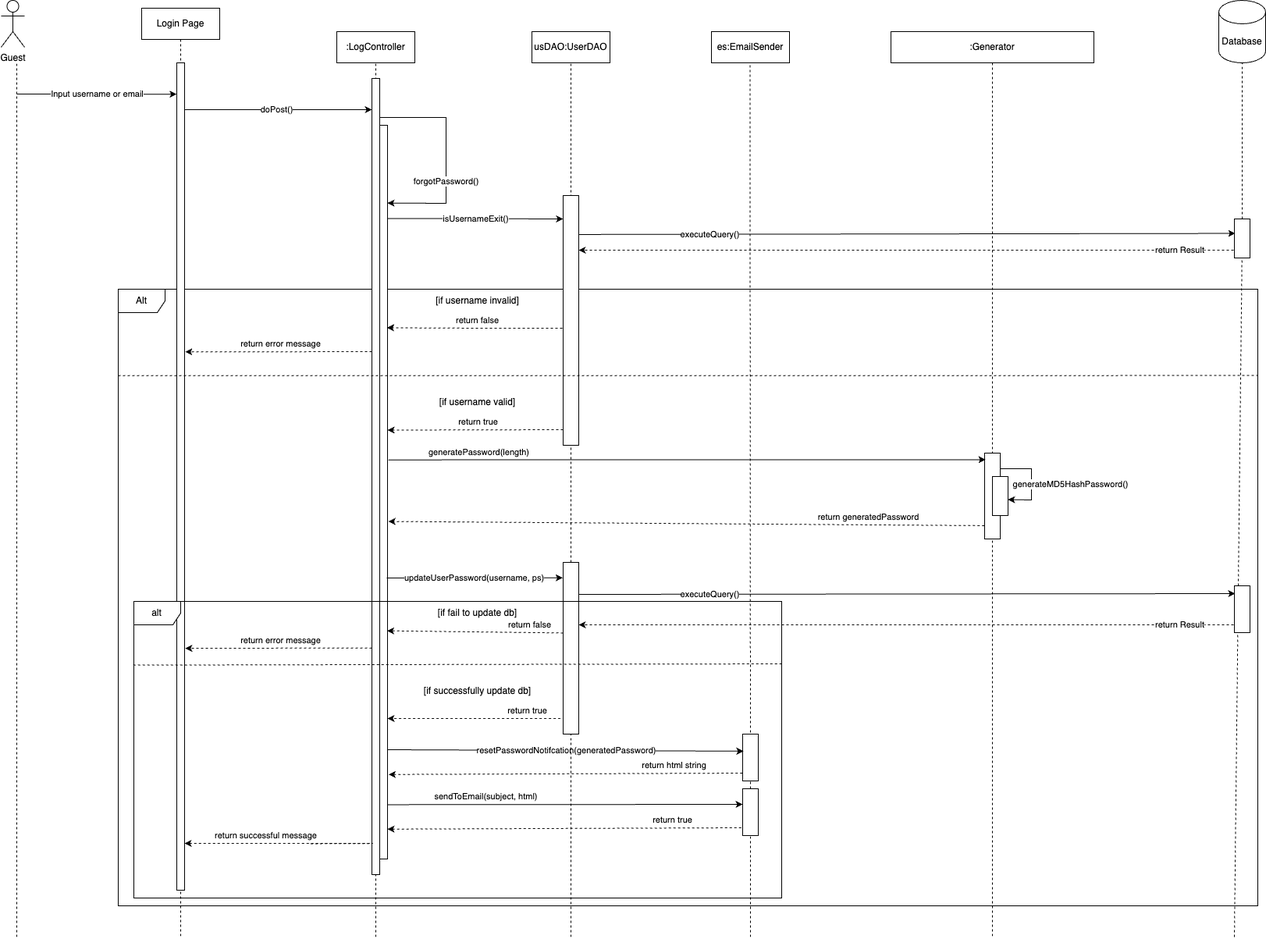
The draw.io diagram document/SDS/9. Forgot password/Sequence_Diagram/ForgotPasswordSequenceDiagram.drawio.png in QuocZuong/perfume-store, before a commit. Source tidied: cells renumbered, new cells last; positions are measured from the earlier drawing's top-left corner, leaving out a move shared by most shapes.
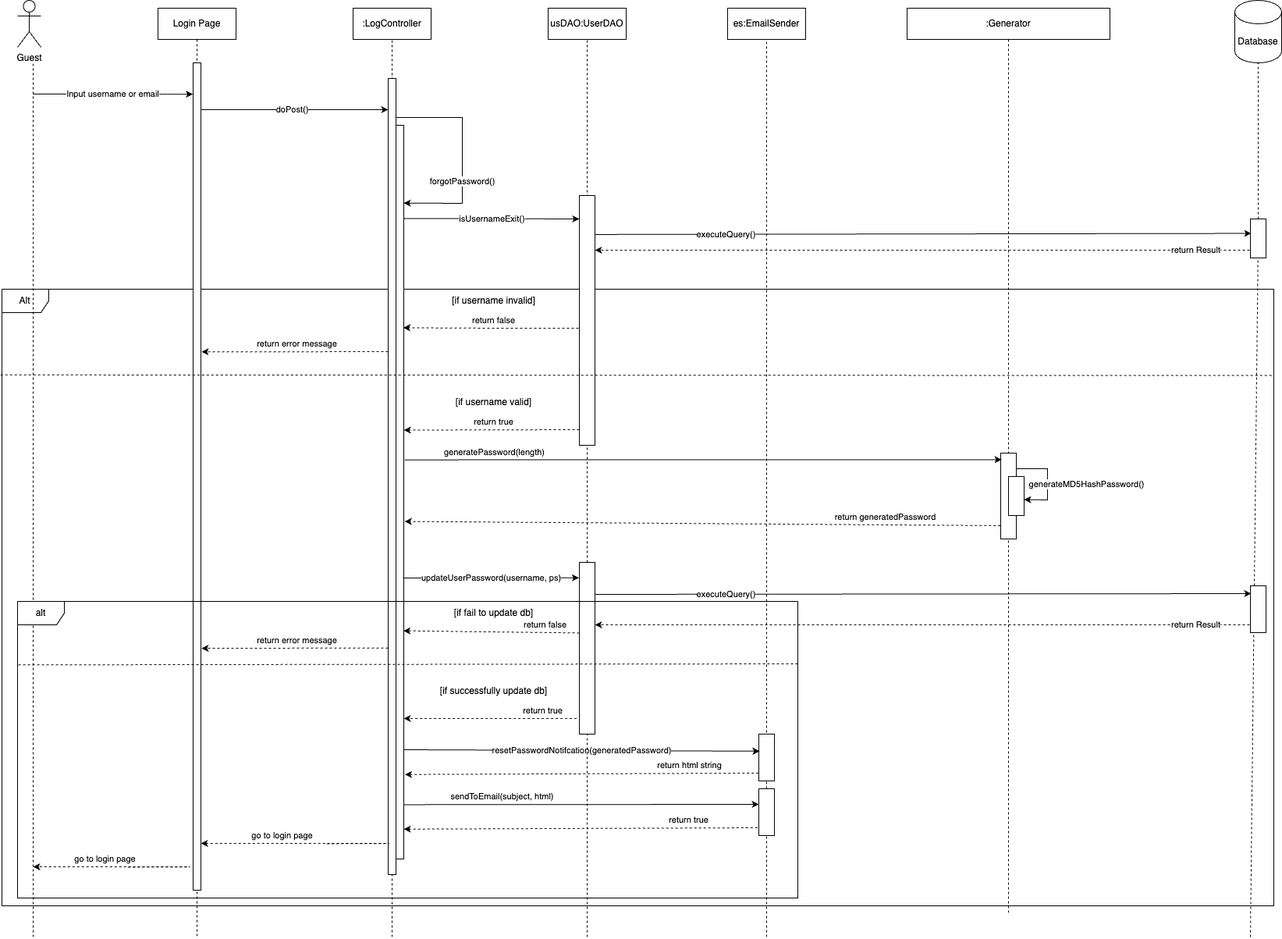
The same diagram one commit later.

Change to the diagram source:
```diff
@@ -3,19 +3,18 @@
     <mxCell id="0" />
     <mxCell id="1" parent="0" />
     <mxCell id="2" value="Alt" style="shape=umlFrame;whiteSpace=wrap;html=1;" parent="1" vertex="1">
-      <mxGeometry x="150" y="370" width="1460" height="790" as="geometry" />
+      <mxGeometry x="-20" y="370" width="1630" height="790" as="geometry" />
     </mxCell>
     <mxCell id="3" value="Login Page" style="shape=umlLifeline;perimeter=lifelinePerimeter;whiteSpace=wrap;html=1;newEdgeStyle={&quot;curved&quot;:0,&quot;rounded&quot;:0};size=40;" parent="1" vertex="1">
       <mxGeometry x="180" y="10" width="100" height="1190" as="geometry" />
     </mxCell>
-    <mxCell id="4" style="endArrow=none;dashed=1;html=1;rounded=0;" parent="1" edge="1">
+    <mxCell id="4" style="endArrow=none;dashed=1;html=1;rounded=0;entryX=0.5;entryY=1;entryDx=0;entryDy=0;" parent="1" edge="1" target="5">
       <mxGeometry relative="1" as="geometry">
         <mxPoint x="480" y="1200" as="sourcePoint" />
-        <mxPoint x="480" y="80" as="targetPoint" />
       </mxGeometry>
     </mxCell>
     <mxCell id="5" value=":LogController" style="rounded=0;whiteSpace=wrap;html=1;" parent="1" vertex="1">
-      <mxGeometry x="430" y="40" width="100" height="40" as="geometry" />
+      <mxGeometry x="430" y="10" width="100" height="40" as="geometry" />
     </mxCell>
     <mxCell id="6" style="endArrow=none;dashed=1;html=1;rounded=0;" parent="1" edge="1" source="22" target="7">
       <mxGeometry relative="1" as="geometry" />
@@ -44,20 +43,16 @@
       </mxGeometry>
     </mxCell>
     <mxCell id="12" value="usDAO:UserDAO" style="rounded=0;whiteSpace=wrap;html=1;" parent="1" vertex="1">
-      <mxGeometry x="680" y="40" width="100" height="40" as="geometry" />
+      <mxGeometry x="680" y="10" width="100" height="40" as="geometry" />
     </mxCell>
-    <mxCell id="13" style="endArrow=none;dashed=1;html=1;rounded=0;" parent="1" edge="1" source="49">
-      <mxGeometry relative="1" as="geometry">
-        <mxPoint x="730" y="80" as="targetPoint" />
-      </mxGeometry>
+    <mxCell id="13" style="endArrow=none;dashed=1;html=1;rounded=0;entryX=0.5;entryY=1;entryDx=0;entryDy=0;" parent="1" edge="1" source="49" target="12">
+      <mxGeometry relative="1" as="geometry" />
     </mxCell>
     <mxCell id="14" value="es:EmailSender" style="rounded=0;whiteSpace=wrap;html=1;" parent="1" vertex="1">
-      <mxGeometry x="910" y="40" width="100" height="40" as="geometry" />
+      <mxGeometry x="910" y="10" width="100" height="40" as="geometry" />
     </mxCell>
-    <mxCell id="15" style="endArrow=none;dashed=1;html=1;rounded=0;" parent="1" edge="1" source="32">
-      <mxGeometry relative="1" as="geometry">
-        <mxPoint x="959.4" y="80" as="targetPoint" />
-      </mxGeometry>
+    <mxCell id="15" style="endArrow=none;dashed=1;html=1;rounded=0;entryX=0.5;entryY=1;entryDx=0;entryDy=0;" parent="1" edge="1" source="32" target="14">
+      <mxGeometry relative="1" as="geometry" />
     </mxCell>
     <mxCell id="16" style="endArrow=none;dashed=1;html=1;rounded=0;" parent="1" edge="1" target="17">
       <mxGeometry relative="1" as="geometry">
@@ -124,10 +119,8 @@
     <mxCell id="28" style="rounded=0;whiteSpace=wrap;html=1;" parent="1" vertex="1">
       <mxGeometry x="225" y="80" width="10" height="1060" as="geometry" />
     </mxCell>
-    <mxCell id="29" style="endArrow=none;dashed=1;html=1;rounded=0;entryX=1;entryY=0.14;entryDx=0;entryDy=0;entryPerimeter=0;exitX=0;exitY=0.225;exitDx=0;exitDy=0;exitPerimeter=0;" parent="1" edge="1" target="2">
-      <mxGeometry relative="1" as="geometry">
-        <mxPoint x="150" y="480.8" as="sourcePoint" />
-      </mxGeometry>
+    <mxCell id="29" style="endArrow=none;dashed=1;html=1;rounded=0;entryX=1;entryY=0.14;entryDx=0;entryDy=0;entryPerimeter=0;exitX=-0.001;exitY=0.139;exitDx=0;exitDy=0;exitPerimeter=0;" parent="1" edge="1" source="2" target="2">
+      <mxGeometry relative="1" as="geometry" />
     </mxCell>
     <mxCell id="30" value="return error message" style="endArrow=classic;html=1;rounded=0;dashed=1;entryX=1.094;entryY=0.771;entryDx=0;entryDy=0;entryPerimeter=0;exitX=0.006;exitY=0.757;exitDx=0;exitDy=0;exitPerimeter=0;" parent="1" edge="1">
       <mxGeometry x="-0.03" y="-10" relative="1" as="geometry">
@@ -164,7 +157,7 @@
         <mxPoint x="495" y="1061.7" as="targetPoint" />
       </mxGeometry>
     </mxCell>
-    <mxCell id="37" value="return successful message" style="endArrow=classic;html=1;rounded=0;dashed=1;entryX=0.867;entryY=0.662;entryDx=0;entryDy=0;entryPerimeter=0;" parent="1" edge="1">
+    <mxCell id="37" value="go to login page" style="endArrow=classic;html=1;rounded=0;dashed=1;entryX=0.867;entryY=0.662;entryDx=0;entryDy=0;entryPerimeter=0;" parent="1" edge="1">
       <mxGeometry x="0.35" y="-10" relative="1" as="geometry">
         <mxPoint x="396.3" y="1080.4" as="sourcePoint" />
         <mxPoint x="235" y="1080" as="targetPoint" />
@@ -180,7 +173,7 @@
       <mxGeometry x="550" y="500" width="120" height="30" as="geometry" />
     </mxCell>
     <mxCell id="40" value=":Generator" style="shape=umlLifeline;perimeter=lifelinePerimeter;whiteSpace=wrap;html=1;newEdgeStyle={&quot;curved&quot;:0,&quot;rounded&quot;:0};" parent="1" vertex="1">
-      <mxGeometry x="1140" y="40" width="260" height="1160" as="geometry" />
+      <mxGeometry x="1140" y="10" width="260" height="1160" as="geometry" />
     </mxCell>
     <mxCell id="41" style="rounded=0;whiteSpace=wrap;html=1;" parent="1" vertex="1">
       <mxGeometry x="1260" y="580" width="20" height="110" as="geometry" />
@@ -241,7 +234,7 @@
       <mxGeometry x="-0.61" y="-10" relative="1" as="geometry" />
     </mxCell>
     <mxCell id="54" value="alt" style="shape=umlFrame;whiteSpace=wrap;html=1;" parent="1" vertex="1">
-      <mxGeometry x="170" y="770" width="830" height="380" as="geometry" />
+      <mxGeometry y="770" width="1000" height="380" as="geometry" />
     </mxCell>
     <mxCell id="55" value="return error message" style="endArrow=classic;html=1;rounded=0;dashed=1;entryX=1.094;entryY=0.771;entryDx=0;entryDy=0;entryPerimeter=0;exitX=0.006;exitY=0.757;exitDx=0;exitDy=0;exitPerimeter=0;" parent="1" edge="1">
       <mxGeometry x="-0.03" y="-10" relative="1" as="geometry">
@@ -249,9 +242,8 @@
         <mxPoint x="235.9" y="830.1" as="targetPoint" />
       </mxGeometry>
     </mxCell>
-    <mxCell id="56" style="endArrow=none;dashed=1;html=1;rounded=0;exitX=-0.001;exitY=0.215;exitDx=0;exitDy=0;exitPerimeter=0;" parent="1" edge="1">
+    <mxCell id="56" style="endArrow=none;dashed=1;html=1;rounded=0;exitX=0.001;exitY=0.214;exitDx=0;exitDy=0;exitPerimeter=0;" parent="1" edge="1" source="54">
       <mxGeometry relative="1" as="geometry">
-        <mxPoint x="169.2" y="851.6" as="sourcePoint" />
         <mxPoint x="1000" y="850" as="targetPoint" />
       </mxGeometry>
     </mxCell>
@@ -267,5 +259,14 @@
     <mxCell id="59" value="[if successfully update db]" style="text;html=1;align=center;verticalAlign=middle;strokeColor=none;fillColor=none;" parent="1" vertex="1">
       <mxGeometry x="530" y="870" width="160" height="30" as="geometry" />
     </mxCell>
+    <mxCell id="60" value="go to login page" style="endArrow=classic;html=1;rounded=0;dashed=1;" parent="1" edge="1">
+      <mxGeometry x="0.35" y="-10" relative="1" as="geometry">
+        <mxPoint x="141.3" y="1110.4" as="sourcePoint" />
+        <mxPoint x="20" y="1110" as="targetPoint" />
+        <Array as="points">
+          <mxPoint x="221.3" y="1110.1" />
+        </Array>
+      </mxGeometry>
+    </mxCell>
   </root>
 </mxGraphModel>
```
